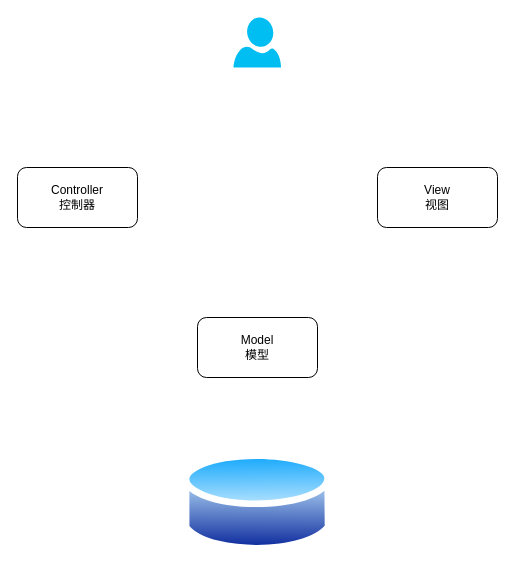
Before: project structure.drawio in wupei-w/diagrams, a draw.io diagram. Source tidied: cells renumbered, new cells numbered last; positions are measured from the earlier drawing's top-left corner, leaving out a move shared by most shapes. Both pictures are drawn from the tidied source at 100%, with x=0, y=0 at pixel (17, 17).
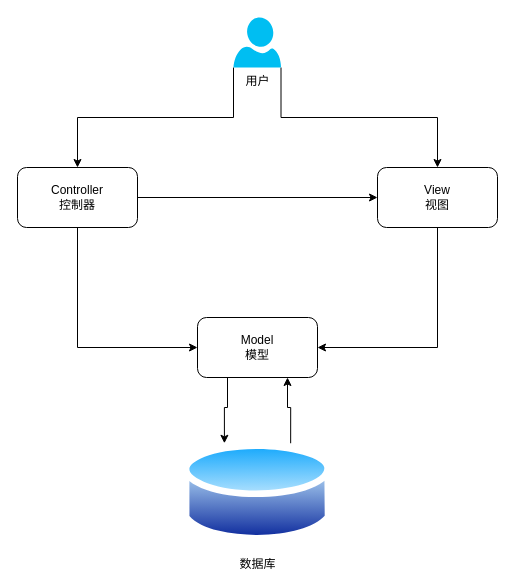
After the change.

Change to the diagram source:
```diff
@@
 <mxGraphModel>
   <root>
     <mxCell id="0" />
     <mxCell id="1" parent="0" />
+    <mxCell id="7" style="edgeStyle=orthogonalEdgeStyle;rounded=0;jettySize=auto;html=1;exitX=0;exitY=1;exitDx=0;exitDy=0;exitPerimeter=0;" parent="1" edge="1" source="2" target="3">
+      <mxGeometry relative="1" as="geometry" />
+    </mxCell>
+    <mxCell id="8" style="edgeStyle=orthogonalEdgeStyle;rounded=0;jettySize=auto;html=1;exitX=1;exitY=1;exitDx=0;exitDy=0;exitPerimeter=0;" parent="1" edge="1" source="2" target="4">
+      <mxGeometry relative="1" as="geometry" />
+    </mxCell>
-    <mxCell id="2" style="verticalLabelPosition=bottom;html=1;verticalAlign=top;align=center;strokeColor=none;fillColor=#00BEF2;shape=mxgraph.azure.user;" parent="1" vertex="1">
+    <mxCell id="2" value="用户" style="verticalLabelPosition=bottom;html=1;verticalAlign=top;align=center;strokeColor=none;fillColor=#00BEF2;shape=mxgraph.azure.user;" parent="1" vertex="1">
       <mxGeometry x="216" width="47.5" height="50" as="geometry" />
     </mxCell>
+    <mxCell id="9" style="edgeStyle=orthogonalEdgeStyle;rounded=0;jettySize=auto;html=1;exitX=1;exitY=0.5;exitDx=0;exitDy=0;" parent="1" edge="1" source="3" target="4">
+      <mxGeometry relative="1" as="geometry" />
+    </mxCell>
+    <mxCell id="10" style="edgeStyle=orthogonalEdgeStyle;rounded=0;jettySize=auto;html=1;exitX=0.5;exitY=1;exitDx=0;exitDy=0;entryX=0;entryY=0.5;entryDx=0;entryDy=0;" parent="1" edge="1" source="3" target="5">
+      <mxGeometry relative="1" as="geometry" />
+    </mxCell>
     <mxCell id="3" value="Controller&lt;br&gt;控制器" style="rounded=1;whiteSpace=wrap;html=1;" parent="1" vertex="1">
       <mxGeometry y="150" width="120" height="60" as="geometry" />
     </mxCell>
+    <mxCell id="11" style="edgeStyle=orthogonalEdgeStyle;rounded=0;jettySize=auto;html=1;exitX=0.5;exitY=1;exitDx=0;exitDy=0;entryX=1;entryY=0.5;entryDx=0;entryDy=0;" parent="1" edge="1" source="4" target="5">
+      <mxGeometry relative="1" as="geometry" />
+    </mxCell>
     <mxCell id="4" value="View&lt;br&gt;视图" style="rounded=1;whiteSpace=wrap;html=1;" parent="1" vertex="1">
       <mxGeometry x="360" y="150" width="120" height="60" as="geometry" />
     </mxCell>
+    <mxCell id="12" style="edgeStyle=orthogonalEdgeStyle;rounded=0;jettySize=auto;html=1;exitX=0.25;exitY=1;exitDx=0;exitDy=0;entryX=0.25;entryY=0;entryDx=0;entryDy=0;" parent="1" edge="1" source="5" target="6">
+      <mxGeometry relative="1" as="geometry" />
+    </mxCell>
     <mxCell id="5" value="Model&lt;br&gt;模型" style="rounded=1;whiteSpace=wrap;html=1;" parent="1" vertex="1">
       <mxGeometry x="180" y="300" width="120" height="60" as="geometry" />
     </mxCell>
+    <mxCell id="13" style="edgeStyle=orthogonalEdgeStyle;rounded=0;jettySize=auto;html=1;exitX=0.75;exitY=0;exitDx=0;exitDy=0;entryX=0.75;entryY=1;entryDx=0;entryDy=0;" parent="1" edge="1" source="6" target="5">
+      <mxGeometry relative="1" as="geometry" />
+    </mxCell>
-    <mxCell id="6" style="perimeter=ellipsePerimeter;html=1;align=center;shadow=0;dashed=0;spacingTop=3;image;image=img/lib/active_directory/database.svg;imageBackground=none;" parent="1" vertex="1">
-      <mxGeometry x="165.7" y="430" width="148.7" height="110" as="geometry" />
+    <mxCell id="6" value="数据库" style="perimeter=ellipsePerimeter;html=1;align=center;shadow=0;dashed=0;spacingTop=3;image;image=img/lib/active_directory/database.svg;imageBackground=none;" parent="1" vertex="1">
+      <mxGeometry x="165.7" y="420" width="148.7" height="110" as="geometry" />
     </mxCell>
   </root>
 </mxGraphModel>
```
